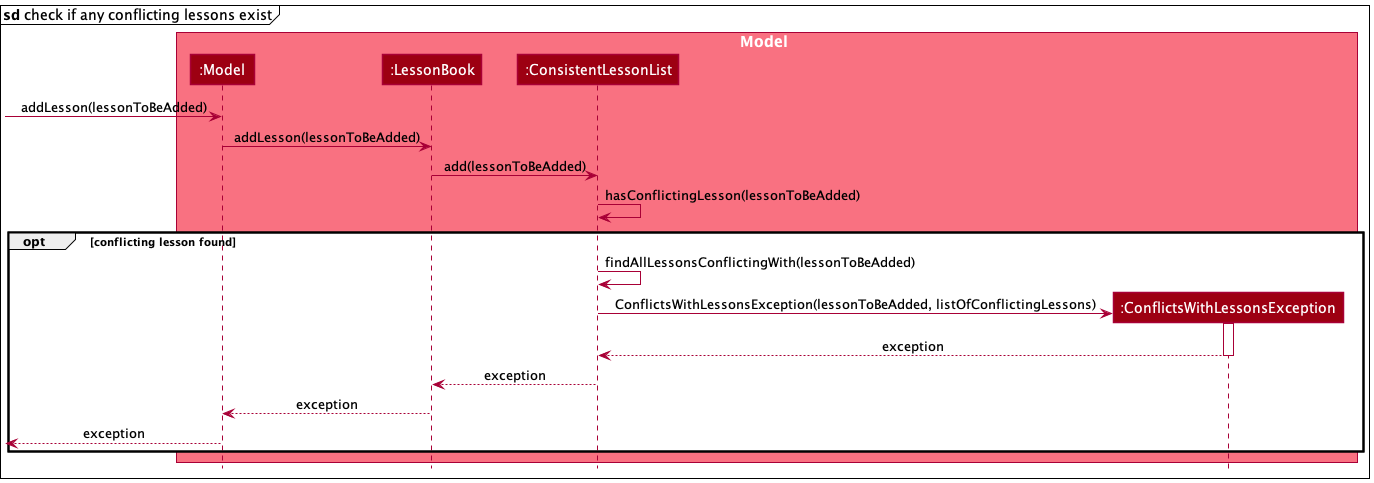
Earlier version of the PlantUML export docs/images/AddLessonSequenceDiagram_5.png (nus-cs2103-AY2122S2/tp).
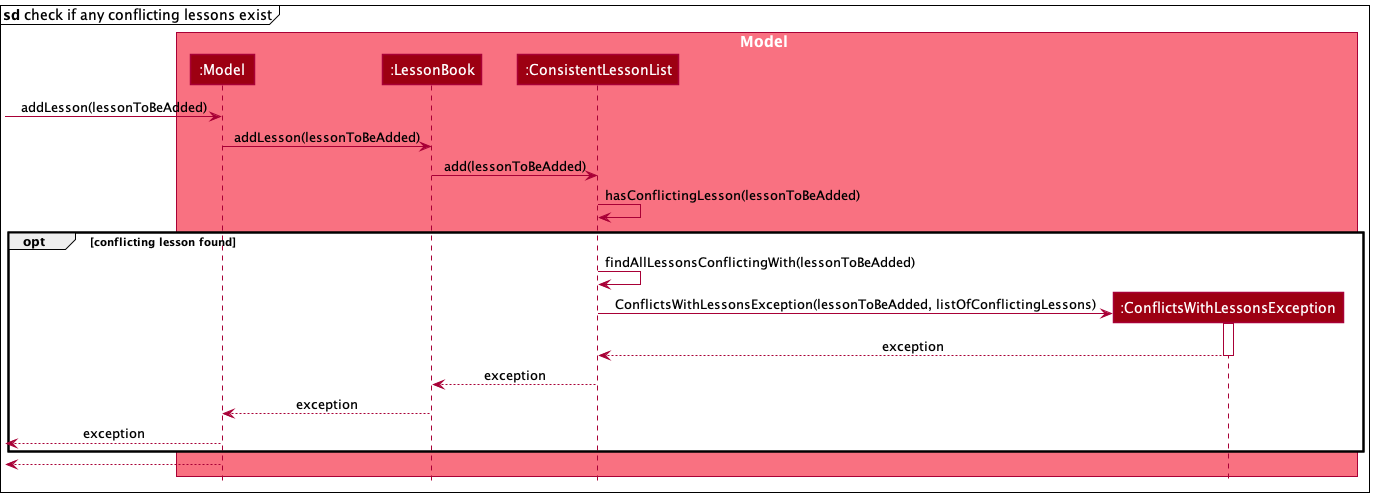
The same diagram one commit later.

Commit message:
Fix sequence diagram for checking of conflicting lessons

Diff of the diagram source:
```diff
@@ -31,4 +31,6 @@
     [<-- Model : exception
 end opt
 
+[<-- Model
+
 @enduml
```
